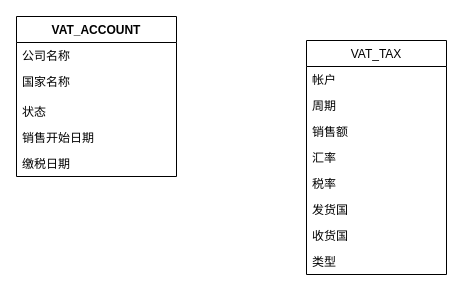
Earlier version of the draw.io diagram 未命名绘图.drawio (doun/acm). Source tidied: cells renumbered, new cells numbered last; positions are measured from the earlier drawing's top-left corner, leaving out a move shared by most shapes. Both pictures are drawn from the tidied source at 100%, with x=0, y=0 at pixel (16, 16).
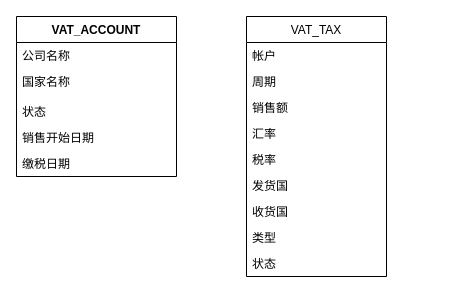
After the change.

Commit message (it also covers changes not shown here):
更新未命名绘图.drawio

What changed in the source:
```diff
@@
 <mxGraphModel>
   <root>
     <mxCell id="0" />
     <mxCell id="1" parent="0" />
     <mxCell id="2" value="VAT_ACCOUNT" style="swimlane;fontStyle=1;align=center;verticalAlign=top;horizontal=1;startSize=26;" parent="1" vertex="1">
       <mxGeometry width="160" height="160" as="geometry" />
     </mxCell>
     <mxCell id="3" value="公司名称" style="text;strokeColor=none;fillColor=none;align=left;verticalAlign=top;spacingLeft=4;spacingRight=4;overflow=hidden;" parent="2" vertex="1">
       <mxGeometry y="26" width="160" height="26" as="geometry" />
     </mxCell>
     <mxCell id="4" value="国家名称" style="text;strokeColor=none;fillColor=none;align=left;verticalAlign=top;spacingLeft=4;spacingRight=4;overflow=hidden;" parent="2" vertex="1">
       <mxGeometry y="52" width="160" height="30" as="geometry" />
     </mxCell>
     <mxCell id="5" value="状态" style="text;strokeColor=none;fillColor=none;align=left;verticalAlign=top;spacingLeft=4;spacingRight=4;overflow=hidden;" parent="2" vertex="1">
       <mxGeometry y="82" width="160" height="26" as="geometry" />
     </mxCell>
     <mxCell id="6" value="销售开始日期" style="text;strokeColor=none;fillColor=none;align=left;verticalAlign=top;spacingLeft=4;spacingRight=4;overflow=hidden;" parent="2" vertex="1">
       <mxGeometry y="108" width="160" height="26" as="geometry" />
     </mxCell>
     <mxCell id="7" value="缴税日期&#10;" style="text;strokeColor=none;fillColor=none;align=left;verticalAlign=top;spacingLeft=4;spacingRight=4;overflow=hidden;" parent="2" vertex="1">
       <mxGeometry y="134" width="160" height="26" as="geometry" />
     </mxCell>
     <mxCell id="8" value="VAT_TAX" style="swimlane;fontStyle=0;horizontal=1;startSize=26;fillColor=none;" parent="1" vertex="1">
-      <mxGeometry x="290" y="24" width="140" height="234" as="geometry" />
+      <mxGeometry x="230" width="140" height="260" as="geometry" />
     </mxCell>
     <mxCell id="9" value="帐户" style="text;strokeColor=none;fillColor=none;align=left;verticalAlign=top;spacingLeft=4;spacingRight=4;overflow=hidden;" parent="8" vertex="1">
       <mxGeometry y="26" width="140" height="26" as="geometry" />
     </mxCell>
     <mxCell id="10" value="周期" style="text;strokeColor=none;fillColor=none;align=left;verticalAlign=top;spacingLeft=4;spacingRight=4;overflow=hidden;" parent="8" vertex="1">
       <mxGeometry y="52" width="140" height="26" as="geometry" />
     </mxCell>
     <mxCell id="11" value="销售额" style="text;strokeColor=none;fillColor=none;align=left;verticalAlign=top;spacingLeft=4;spacingRight=4;overflow=hidden;" parent="8" vertex="1">
       <mxGeometry y="78" width="140" height="26" as="geometry" />
     </mxCell>
     <mxCell id="12" value="汇率" style="text;strokeColor=none;fillColor=none;align=left;verticalAlign=top;spacingLeft=4;spacingRight=4;overflow=hidden;" parent="8" vertex="1">
       <mxGeometry y="104" width="140" height="26" as="geometry" />
     </mxCell>
     <mxCell id="13" value="税率" style="text;strokeColor=none;fillColor=none;align=left;verticalAlign=top;spacingLeft=4;spacingRight=4;overflow=hidden;" parent="8" vertex="1">
       <mxGeometry y="130" width="140" height="26" as="geometry" />
     </mxCell>
     <mxCell id="14" value="发货国" style="text;strokeColor=none;fillColor=none;align=left;verticalAlign=top;spacingLeft=4;spacingRight=4;overflow=hidden;" parent="8" vertex="1">
       <mxGeometry y="156" width="140" height="26" as="geometry" />
     </mxCell>
     <mxCell id="15" value="收货国" style="text;strokeColor=none;fillColor=none;align=left;verticalAlign=top;spacingLeft=4;spacingRight=4;overflow=hidden;" parent="8" vertex="1">
       <mxGeometry y="182" width="140" height="26" as="geometry" />
     </mxCell>
     <mxCell id="16" value="类型" style="text;strokeColor=none;fillColor=none;align=left;verticalAlign=top;spacingLeft=4;spacingRight=4;overflow=hidden;" parent="8" vertex="1">
       <mxGeometry y="208" width="140" height="26" as="geometry" />
     </mxCell>
+    <mxCell id="17" value="状态" style="text;strokeColor=none;fillColor=none;align=left;verticalAlign=top;spacingLeft=4;spacingRight=4;overflow=hidden;" parent="8" vertex="1">
+      <mxGeometry y="234" width="140" height="26" as="geometry" />
+    </mxCell>
   </root>
 </mxGraphModel>
```
